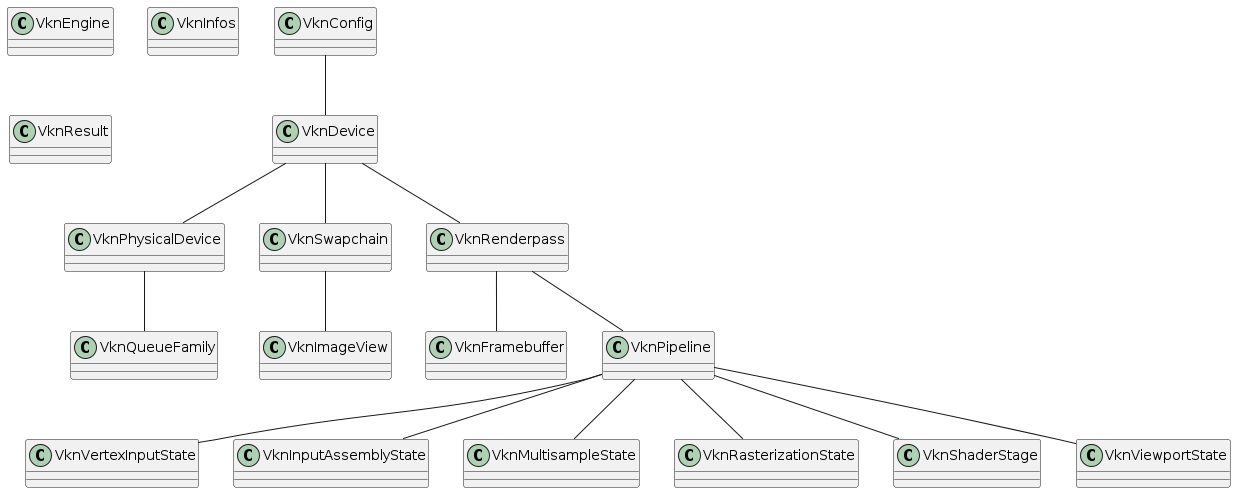
Earlier version of the PlantUML export projectStructure/projectStructure.png (nmoehring/VknConfig).
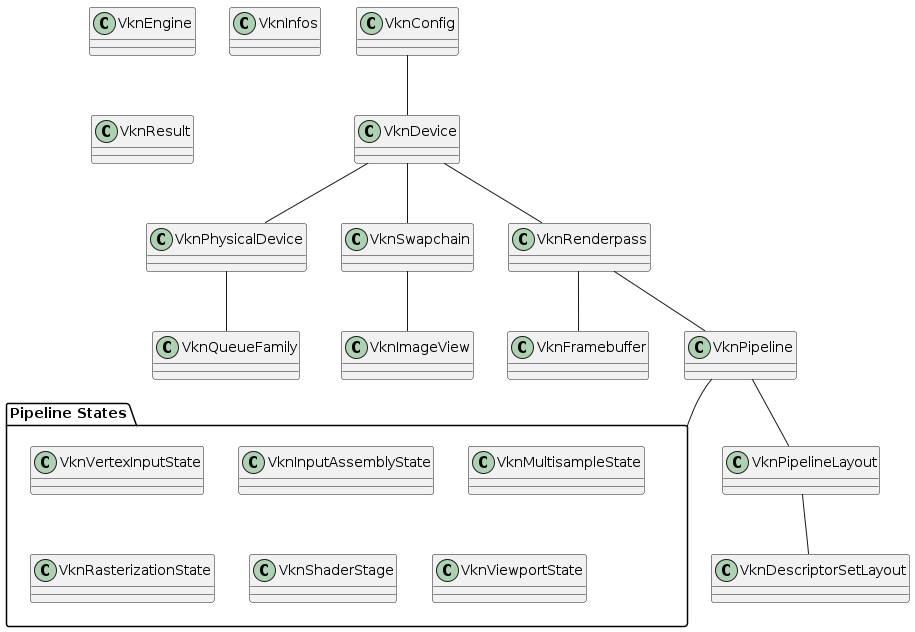
Later version of the same file.

Diff of the diagram source:
```diff
@@ -1,40 +1,26 @@
 @startuml
-class VknConfig {
+class VknConfig {}
+class VknDevice {}
+class VknPhysicalDevice {}
+class VknQueueFamily {}
+class VknSwapchain {}
+class VknImageView {}
+class VknRenderpass {}
+class VknFramebuffer {}
+class VknPipeline {}
+package "Pipeline States" {
+class VknVertexInputState {}
+class VknInputAssemblyState {}
+class VknMultisampleState {}
+class VknRasterizationState {}
+class VknShaderStage {}
+class VknViewportState {}
 }
-class VknDevice {
-}
-class VknPhysicalDevice {
-}
-class VknQueueFamily {
-}
-class VknSwapchain {
-}
-class VknImageView {
-}
-class VknRenderpass {
-}
-class VknFramebuffer {
-}
-class VknPipeline {
-}
-class VknVertexInputState {
-}
-class VknInputAssemblyState {
-}
-class VknMultisampleState {
-}
-class VknRasterizationState {
-}
-class VknShaderStage {
-}
-class VknViewportState {
-}
-class VknEngine {
-}
-class VknInfos {
-}
-class VknResult {
-}
+class VknEngine {}
+class VknInfos {}
+class VknResult {}
+class VknDescriptorSetLayout{}
+class VknPipelineLayout{}
 
 VknConfig -- VknDevice
 VknDevice -- VknPhysicalDevice
@@ -44,10 +30,7 @@
 VknDevice -- VknRenderpass
 VknRenderpass -- VknPipeline
 VknRenderpass -- VknFramebuffer
-VknPipeline -- VknVertexInputState
-VknPipeline -- VknInputAssemblyState
-VknPipeline -- VknMultisampleState
-VknPipeline -- VknRasterizationState
-VknPipeline -- VknShaderStage
-VknPipeline -- VknViewportState
+VknPipeline -- "Pipeline States"
+VknPipeline -- VknPipelineLayout
+VknPipelineLayout -- VknDescriptorSetLayout
 @enduml
```
